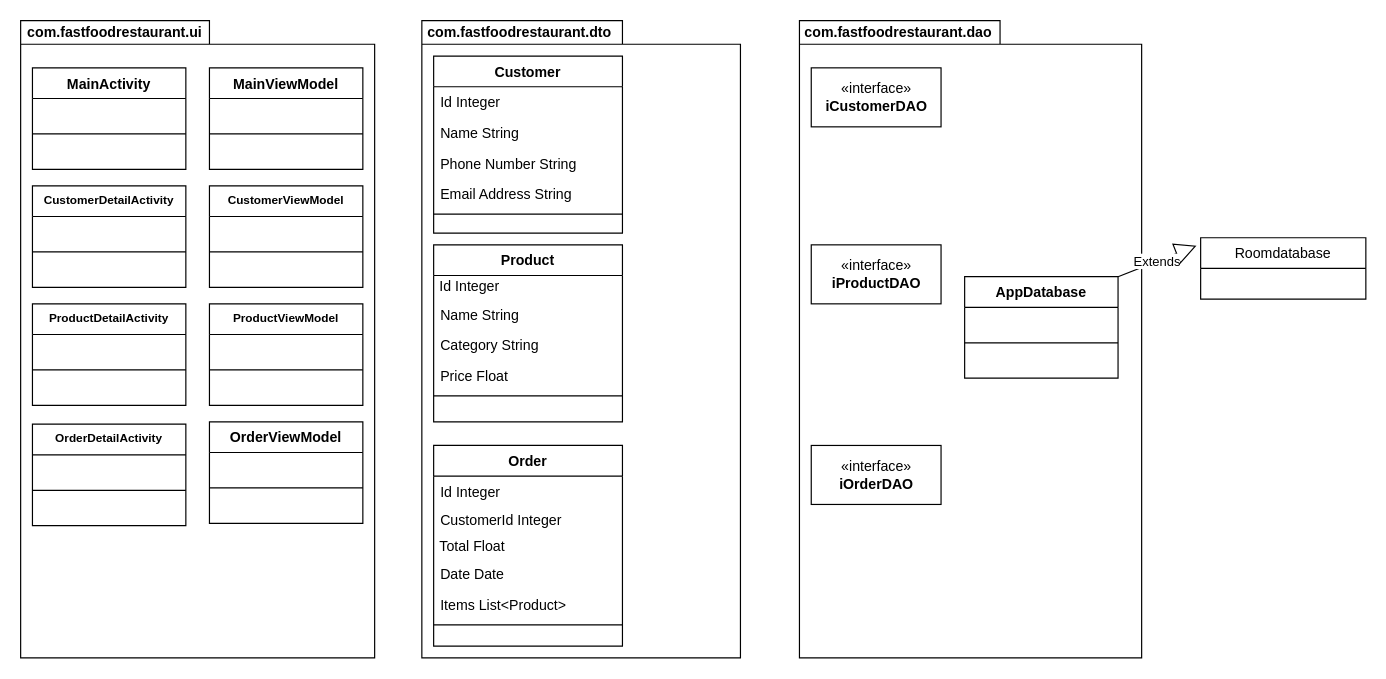
Before: Untitled Diagram.drawio in trey368s/Mobile-Device-Programming, a draw.io diagram. Source tidied: cells renumbered, new cells numbered last; positions are measured from the earlier drawing's top-left corner, leaving out a move shared by most shapes. Both pictures are drawn from the tidied source at 118%, with x=0, y=0 at pixel (20, 20).
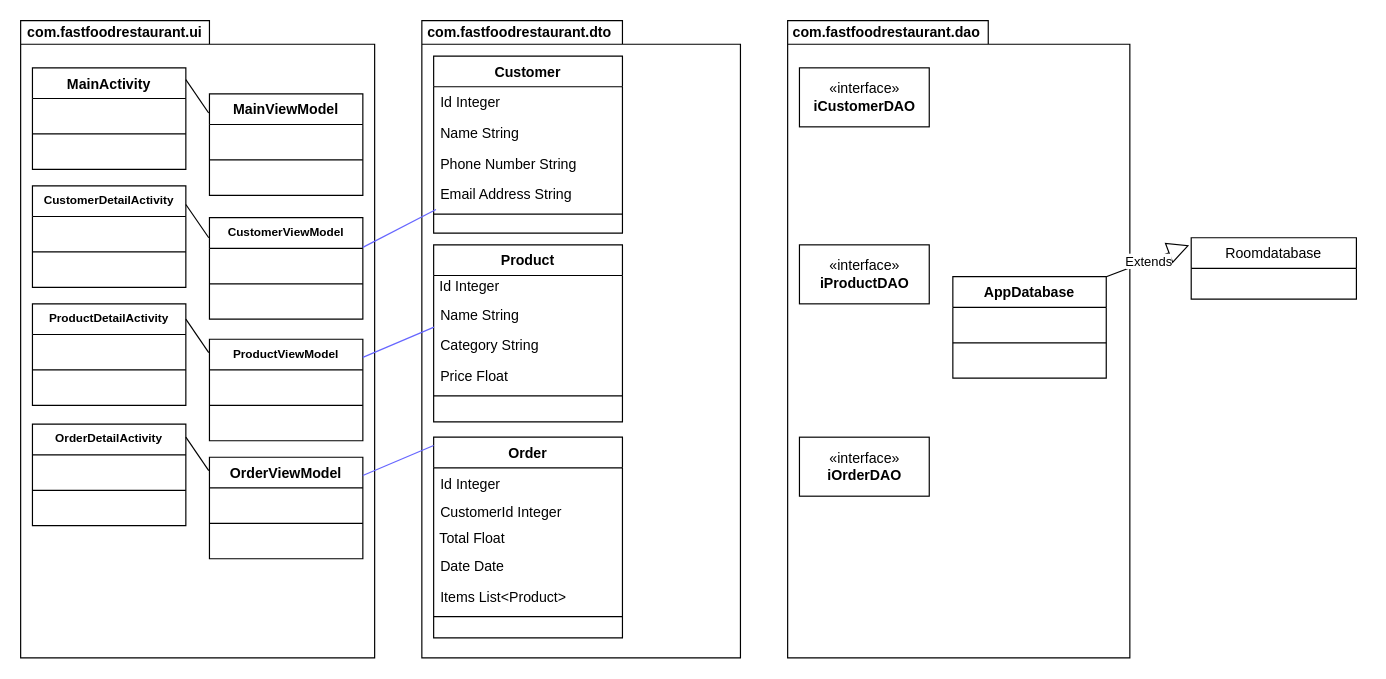
The same page after the edit.

Commit message:
Update FastFoodRestaurant Class Diagram

Unchanged cells that the change refers to:
```xml
<mxCell id="57" value=" " style="text;strokeColor=none;fillColor=none;align=left;verticalAlign=top;spacingLeft=4;spacingRight=4;overflow=hidden;points=[[0,0.5],[1,0.5]];portConstraint=eastwest;" parent="56" vertex="1">
  <mxGeometry y="26" width="130" height="26" as="geometry" />
</mxCell>
```

The edit, as a diff of the source:
```diff
@@
     <mxCell id="6" style="shape=folder;fontStyle=1;spacingTop=10;tabWidth=170;tabHeight=20;tabPosition=left;html=1;" parent="1" vertex="1">
-      <mxGeometry x="660" width="290" height="540" as="geometry" />
+      <mxGeometry x="650" width="290" height="540" as="geometry" />
     </mxCell>
     <mxCell id="7" value="&lt;span style=&quot;font-weight: 700&quot;&gt;com.fastfoodrestaurant.dao&lt;/span&gt;" style="text;html=1;strokeColor=none;fillColor=none;align=center;verticalAlign=middle;whiteSpace=wrap;rounded=0;" parent="1" vertex="1">
-      <mxGeometry x="664" width="160" height="20" as="geometry" />
+      <mxGeometry x="654" width="160" height="20" as="geometry" />
     </mxCell>
@@
     <mxCell id="14" value="Order" style="swimlane;fontStyle=1;align=center;verticalAlign=top;horizontal=1;startSize=26;rounded=0;shadow=0;strokeWidth=1;" parent="1" vertex="1">
-      <mxGeometry x="350" y="360" width="160" height="170" as="geometry" />
+      <mxGeometry x="350" y="353" width="160" height="170" as="geometry" />
     </mxCell>
@@
     <mxCell id="27" value="Roomdatabase" style="swimlane;fontStyle=0;horizontal=1;startSize=26;fillColor=none;" parent="1" vertex="1">
-      <mxGeometry x="1000" y="184" width="140" height="52" as="geometry" />
+      <mxGeometry x="992" y="184" width="140" height="52" as="geometry" />
     </mxCell>
     <mxCell id="28" value="«interface»&lt;br&gt;&lt;b&gt;iCustomerDAO&lt;/b&gt;" style="html=1;" parent="1" vertex="1">
-      <mxGeometry x="670" y="40" width="110" height="50" as="geometry" />
+      <mxGeometry x="660" y="40" width="110" height="50" as="geometry" />
     </mxCell>
     <mxCell id="29" value="«interface»&lt;br&gt;&lt;b&gt;iOrderDAO&lt;/b&gt;" style="html=1;" parent="1" vertex="1">
-      <mxGeometry x="670" y="360" width="110" height="50" as="geometry" />
+      <mxGeometry x="660" y="353" width="110" height="50" as="geometry" />
     </mxCell>
     <mxCell id="30" value="«interface»&lt;br&gt;&lt;b&gt;iProductDAO&lt;/b&gt;" style="html=1;" parent="1" vertex="1">
-      <mxGeometry x="670" y="190" width="110" height="50" as="geometry" />
+      <mxGeometry x="660" y="190" width="110" height="50" as="geometry" />
     </mxCell>
     <mxCell id="31" value="AppDatabase" style="swimlane;fontStyle=1;align=center;verticalAlign=top;horizontal=1;startSize=26;" parent="1" vertex="1">
-      <mxGeometry x="800" y="217" width="130" height="86" as="geometry" />
+      <mxGeometry x="790" y="217" width="130" height="86" as="geometry" />
     </mxCell>
@@
-    <mxCell id="35" value="Extends" style="endArrow=block;endSize=16;endFill=0;html=1;entryX=-0.025;entryY=0.13;entryDx=0;entryDy=0;entryPerimeter=0;exitX=1;exitY=0;exitDx=0;exitDy=0;" parent="1" edge="1" source="31" target="27">
+    <mxCell id="35" value="Extends" style="endArrow=block;endSize=16;endFill=0;html=1;exitX=1;exitY=0;exitDx=0;exitDy=0;entryX=-0.013;entryY=0.123;entryDx=0;entryDy=0;entryPerimeter=0;" parent="1" edge="1" source="31" target="27">
       <mxGeometry relative="1" as="geometry" />
     </mxCell>
@@
     <mxCell id="40" value="MainViewModel" style="swimlane;fontStyle=1;align=center;verticalAlign=top;horizontal=1;startSize=26;" parent="1" vertex="1">
-      <mxGeometry x="160" y="40" width="130" height="86" as="geometry" />
+      <mxGeometry x="160" y="62" width="130" height="86" as="geometry" />
     </mxCell>
@@
     <mxCell id="56" value="CustomerViewModel" style="swimlane;fontStyle=1;align=center;verticalAlign=top;horizontal=1;startSize=26;fontSize=10;" parent="1" vertex="1">
-      <mxGeometry x="160" y="140" width="130" height="86" as="geometry" />
+      <mxGeometry x="160" y="167" width="130" height="86" as="geometry" />
     </mxCell>
@@
     <mxCell id="60" value="ProductViewModel" style="swimlane;fontStyle=1;align=center;verticalAlign=top;horizontal=1;startSize=26;fontSize=10;" parent="1" vertex="1">
-      <mxGeometry x="160" y="240" width="130" height="86" as="geometry" />
+      <mxGeometry x="160" y="270" width="130" height="86" as="geometry" />
     </mxCell>
@@
     <mxCell id="64" value="OrderViewModel" style="swimlane;fontStyle=1;align=center;verticalAlign=top;horizontal=1;startSize=26;" parent="1" vertex="1">
-      <mxGeometry x="160" y="340" width="130" height="86" as="geometry" />
+      <mxGeometry x="160" y="370" width="130" height="86" as="geometry" />
     </mxCell>
@@
+    <mxCell id="68" style="endArrow=none;html=1;fontSize=10;exitX=1;exitY=-0.033;exitDx=0;exitDy=0;exitPerimeter=0;strokeColor=#6666FF;" parent="1" edge="1" source="57">
+      <mxGeometry relative="1" as="geometry">
+        <mxPoint x="352" y="160" as="targetPoint" />
+      </mxGeometry>
+    </mxCell>
+    <mxCell id="69" style="endArrow=none;html=1;fontSize=10;entryX=0.011;entryY=0.668;entryDx=0;entryDy=0;entryPerimeter=0;strokeColor=#6666FF;" parent="1" edge="1" source="60">
+      <mxGeometry relative="1" as="geometry">
+        <mxPoint x="350.3" y="259.7" as="targetPoint" />
+      </mxGeometry>
+    </mxCell>
+    <mxCell id="70" style="endArrow=none;html=1;fontSize=10;entryX=0.011;entryY=0.668;entryDx=0;entryDy=0;entryPerimeter=0;strokeColor=#6666FF;" parent="1" edge="1" source="64">
+      <mxGeometry relative="1" as="geometry">
+        <mxPoint x="350" y="360" as="targetPoint" />
+      </mxGeometry>
+    </mxCell>
+    <mxCell id="71" style="endArrow=none;html=1;fontSize=10;entryX=-0.005;entryY=0.189;entryDx=0;entryDy=0;entryPerimeter=0;" parent="1" edge="1" target="40">
+      <mxGeometry relative="1" as="geometry">
+        <mxPoint x="140" y="50" as="sourcePoint" />
+      </mxGeometry>
+    </mxCell>
+    <mxCell id="72" style="endArrow=none;html=1;fontSize=10;entryX=-0.005;entryY=0.189;entryDx=0;entryDy=0;entryPerimeter=0;" parent="1" edge="1">
+      <mxGeometry relative="1" as="geometry">
+        <mxPoint x="140" y="155.8" as="sourcePoint" />
+        <mxPoint x="159.4" y="184" as="targetPoint" />
+      </mxGeometry>
+    </mxCell>
+    <mxCell id="73" style="endArrow=none;html=1;fontSize=10;entryX=-0.005;entryY=0.189;entryDx=0;entryDy=0;entryPerimeter=0;" parent="1" edge="1">
+      <mxGeometry relative="1" as="geometry">
+        <mxPoint x="140" y="253" as="sourcePoint" />
+        <mxPoint x="159.4" y="281.3" as="targetPoint" />
+      </mxGeometry>
+    </mxCell>
+    <mxCell id="74" style="endArrow=none;html=1;fontSize=10;entryX=-0.005;entryY=0.189;entryDx=0;entryDy=0;entryPerimeter=0;" parent="1" edge="1">
+      <mxGeometry relative="1" as="geometry">
+        <mxPoint x="140" y="353" as="sourcePoint" />
+        <mxPoint x="159.4" y="381.3" as="targetPoint" />
+      </mxGeometry>
+    </mxCell>
```
